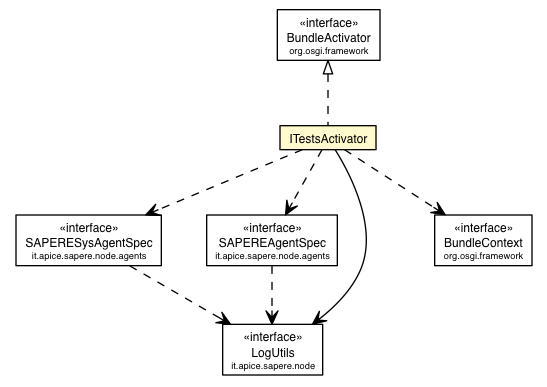
Before: deployed-site/apidocs/it/apice/sapere/internal/ITestsActivator.png, a diagram exported from Graphviz (DanySK/Legacy-Contessi-Thesis-Semantic-Web-SAPERE). Its source is kept beside it as deployed-site/apidocs/it/apice/sapere/internal/ITestsActivator.dot. Its diagram source:
```dot

digraph G {
	edge [fontname="Helvetica",fontsize=10,labelfontname="Helvetica",labelfontsize=10];
	node [fontname="Helvetica",fontsize=10,shape=plaintext];
	c67003 [label=<<table border="0" cellborder="1" cellspacing="0" cellpadding="2" port="p" href="../node/agents/SAPERESysAgentSpec.html">
		<tr><td><table border="0" cellspacing="0" cellpadding="1">
			<tr><td> &laquo;interface&raquo; </td></tr>
			<tr><td> SAPERESysAgentSpec </td></tr>
			<tr><td><font point-size="7.0"> it.apice.sapere.node.agents </font></td></tr>
		</table></td></tr>
		</table>>, fontname="Helvetica", fontcolor="black", fontsize=9.0];
	c67004 [label=<<table border="0" cellborder="1" cellspacing="0" cellpadding="2" port="p" href="../node/agents/SAPEREAgentSpec.html">
		<tr><td><table border="0" cellspacing="0" cellpadding="1">
			<tr><td> &laquo;interface&raquo; </td></tr>
			<tr><td> SAPEREAgentSpec </td></tr>
			<tr><td><font point-size="7.0"> it.apice.sapere.node.agents </font></td></tr>
		</table></td></tr>
		</table>>, fontname="Helvetica", fontcolor="black", fontsize=9.0];
	c67020 [label=<<table border="0" cellborder="1" cellspacing="0" cellpadding="2" port="p" href="../node/LogUtils.html">
		<tr><td><table border="0" cellspacing="0" cellpadding="1">
			<tr><td> &laquo;interface&raquo; </td></tr>
			<tr><td> LogUtils </td></tr>
			<tr><td><font point-size="7.0"> it.apice.sapere.node </font></td></tr>
		</table></td></tr>
		</table>>, fontname="Helvetica", fontcolor="black", fontsize=9.0];
	c67042 [label=<<table border="0" cellborder="1" cellspacing="0" cellpadding="2" port="p" bgcolor="lemonChiffon" href="./ITestsActivator.html">
		<tr><td><table border="0" cellspacing="0" cellpadding="1">
			<tr><td> ITestsActivator </td></tr>
		</table></td></tr>
		</table>>, fontname="Helvetica", fontcolor="black", fontsize=9.0];
	c67046:p -> c67042:p [dir=back,arrowtail=empty,style=dashed];
	c67042:p -> c67020:p [taillabel="", label="", headlabel="", fontname="Helvetica", fontcolor="black", fontsize=10.0, color="black", arrowhead=open];
	c67003:p -> c67020:p [taillabel="", label="", headlabel="", fontname="Helvetica", fontcolor="black", fontsize=10.0, color="black", arrowhead=open, style=dashed];
	c67004:p -> c67020:p [taillabel="", label="", headlabel="", fontname="Helvetica", fontcolor="black", fontsize=10.0, color="black", arrowhead=open, style=dashed];
	c67042:p -> c67047:p [taillabel="", label="", headlabel="", fontname="Helvetica", fontcolor="black", fontsize=10.0, color="black", arrowhead=open, style=dashed];
	c67042:p -> c67003:p [taillabel="", label="", headlabel="", fontname="Helvetica", fontcolor="black", fontsize=10.0, color="black", arrowhead=open, style=dashed];
	c67042:p -> c67004:p [taillabel="", label="", headlabel="", fontname="Helvetica", fontcolor="black", fontsize=10.0, color="black", arrowhead=open, style=dashed];
	c67047 [label=<<table border="0" cellborder="1" cellspacing="0" cellpadding="2" port="p" href="http://java.sun.com/j2se/1.4.2/docs/api/org/osgi/framework/BundleContext.html">
		<tr><td><table border="0" cellspacing="0" cellpadding="1">
			<tr><td> &laquo;interface&raquo; </td></tr>
			<tr><td> BundleContext </td></tr>
			<tr><td><font point-size="7.0"> org.osgi.framework </font></td></tr>
		</table></td></tr>
		</table>>, fontname="Helvetica", fontcolor="black", fontsize=9.0];
	c67046 [label=<<table border="0" cellborder="1" cellspacing="0" cellpadding="2" port="p" href="http://java.sun.com/j2se/1.4.2/docs/api/org/osgi/framework/BundleActivator.html">
		<tr><td><table border="0" cellspacing="0" cellpadding="1">
			<tr><td> &laquo;interface&raquo; </td></tr>
			<tr><td> BundleActivator </td></tr>
			<tr><td><font point-size="7.0"> org.osgi.framework </font></td></tr>
		</table></td></tr>
		</table>>, fontname="Helvetica", fontcolor="black", fontsize=9.0];
}
```
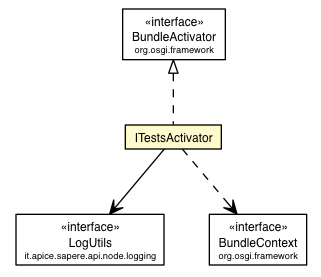
The same diagram one commit later.

Diff of the diagram source:
```diff
@@ -2,47 +2,29 @@
 digraph G {
 	edge [fontname="Helvetica",fontsize=10,labelfontname="Helvetica",labelfontsize=10];
 	node [fontname="Helvetica",fontsize=10,shape=plaintext];
-	c67003 [label=<<table border="0" cellborder="1" cellspacing="0" cellpadding="2" port="p" href="../node/agents/SAPERESysAgentSpec.html">
-		<tr><td><table border="0" cellspacing="0" cellpadding="1">
-			<tr><td> &laquo;interface&raquo; </td></tr>
-			<tr><td> SAPERESysAgentSpec </td></tr>
-			<tr><td><font point-size="7.0"> it.apice.sapere.node.agents </font></td></tr>
-		</table></td></tr>
-		</table>>, fontname="Helvetica", fontcolor="black", fontsize=9.0];
-	c67004 [label=<<table border="0" cellborder="1" cellspacing="0" cellpadding="2" port="p" href="../node/agents/SAPEREAgentSpec.html">
-		<tr><td><table border="0" cellspacing="0" cellpadding="1">
-			<tr><td> &laquo;interface&raquo; </td></tr>
-			<tr><td> SAPEREAgentSpec </td></tr>
-			<tr><td><font point-size="7.0"> it.apice.sapere.node.agents </font></td></tr>
-		</table></td></tr>
-		</table>>, fontname="Helvetica", fontcolor="black", fontsize=9.0];
-	c67020 [label=<<table border="0" cellborder="1" cellspacing="0" cellpadding="2" port="p" href="../node/LogUtils.html">
+	c78682 [label=<<table border="0" cellborder="1" cellspacing="0" cellpadding="2" port="p" href="../api/node/logging/LogUtils.html">
 		<tr><td><table border="0" cellspacing="0" cellpadding="1">
 			<tr><td> &laquo;interface&raquo; </td></tr>
 			<tr><td> LogUtils </td></tr>
-			<tr><td><font point-size="7.0"> it.apice.sapere.node </font></td></tr>
+			<tr><td><font point-size="7.0"> it.apice.sapere.api.node.logging </font></td></tr>
 		</table></td></tr>
 		</table>>, fontname="Helvetica", fontcolor="black", fontsize=9.0];
-	c67042 [label=<<table border="0" cellborder="1" cellspacing="0" cellpadding="2" port="p" bgcolor="lemonChiffon" href="./ITestsActivator.html">
+	c78819 [label=<<table border="0" cellborder="1" cellspacing="0" cellpadding="2" port="p" bgcolor="lemonChiffon" href="./ITestsActivator.html">
 		<tr><td><table border="0" cellspacing="0" cellpadding="1">
 			<tr><td> ITestsActivator </td></tr>
 		</table></td></tr>
 		</table>>, fontname="Helvetica", fontcolor="black", fontsize=9.0];
-	c67046:p -> c67042:p [dir=back,arrowtail=empty,style=dashed];
-	c67042:p -> c67020:p [taillabel="", label="", headlabel="", fontname="Helvetica", fontcolor="black", fontsize=10.0, color="black", arrowhead=open];
-	c67003:p -> c67020:p [taillabel="", label="", headlabel="", fontname="Helvetica", fontcolor="black", fontsize=10.0, color="black", arrowhead=open, style=dashed];
-	c67004:p -> c67020:p [taillabel="", label="", headlabel="", fontname="Helvetica", fontcolor="black", fontsize=10.0, color="black", arrowhead=open, style=dashed];
-	c67042:p -> c67047:p [taillabel="", label="", headlabel="", fontname="Helvetica", fontcolor="black", fontsize=10.0, color="black", arrowhead=open, style=dashed];
-	c67042:p -> c67003:p [taillabel="", label="", headlabel="", fontname="Helvetica", fontcolor="black", fontsize=10.0, color="black", arrowhead=open, style=dashed];
-	c67042:p -> c67004:p [taillabel="", label="", headlabel="", fontname="Helvetica", fontcolor="black", fontsize=10.0, color="black", arrowhead=open, style=dashed];
-	c67047 [label=<<table border="0" cellborder="1" cellspacing="0" cellpadding="2" port="p" href="http://java.sun.com/j2se/1.4.2/docs/api/org/osgi/framework/BundleContext.html">
+	c78847:p -> c78819:p [dir=back,arrowtail=empty,style=dashed];
+	c78819:p -> c78682:p [taillabel="", label="", headlabel="", fontname="Helvetica", fontcolor="black", fontsize=10.0, color="black", arrowhead=open];
+	c78819:p -> c78848:p [taillabel="", label="", headlabel="", fontname="Helvetica", fontcolor="black", fontsize=10.0, color="black", arrowhead=open, style=dashed];
+	c78848 [label=<<table border="0" cellborder="1" cellspacing="0" cellpadding="2" port="p" href="http://java.sun.com/j2se/1.4.2/docs/api/org/osgi/framework/BundleContext.html">
 		<tr><td><table border="0" cellspacing="0" cellpadding="1">
 			<tr><td> &laquo;interface&raquo; </td></tr>
 			<tr><td> BundleContext </td></tr>
 			<tr><td><font point-size="7.0"> org.osgi.framework </font></td></tr>
 		</table></td></tr>
 		</table>>, fontname="Helvetica", fontcolor="black", fontsize=9.0];
-	c67046 [label=<<table border="0" cellborder="1" cellspacing="0" cellpadding="2" port="p" href="http://java.sun.com/j2se/1.4.2/docs/api/org/osgi/framework/BundleActivator.html">
+	c78847 [label=<<table border="0" cellborder="1" cellspacing="0" cellpadding="2" port="p" href="http://java.sun.com/j2se/1.4.2/docs/api/org/osgi/framework/BundleActivator.html">
 		<tr><td><table border="0" cellspacing="0" cellpadding="1">
 			<tr><td> &laquo;interface&raquo; </td></tr>
 			<tr><td> BundleActivator </td></tr>
```
